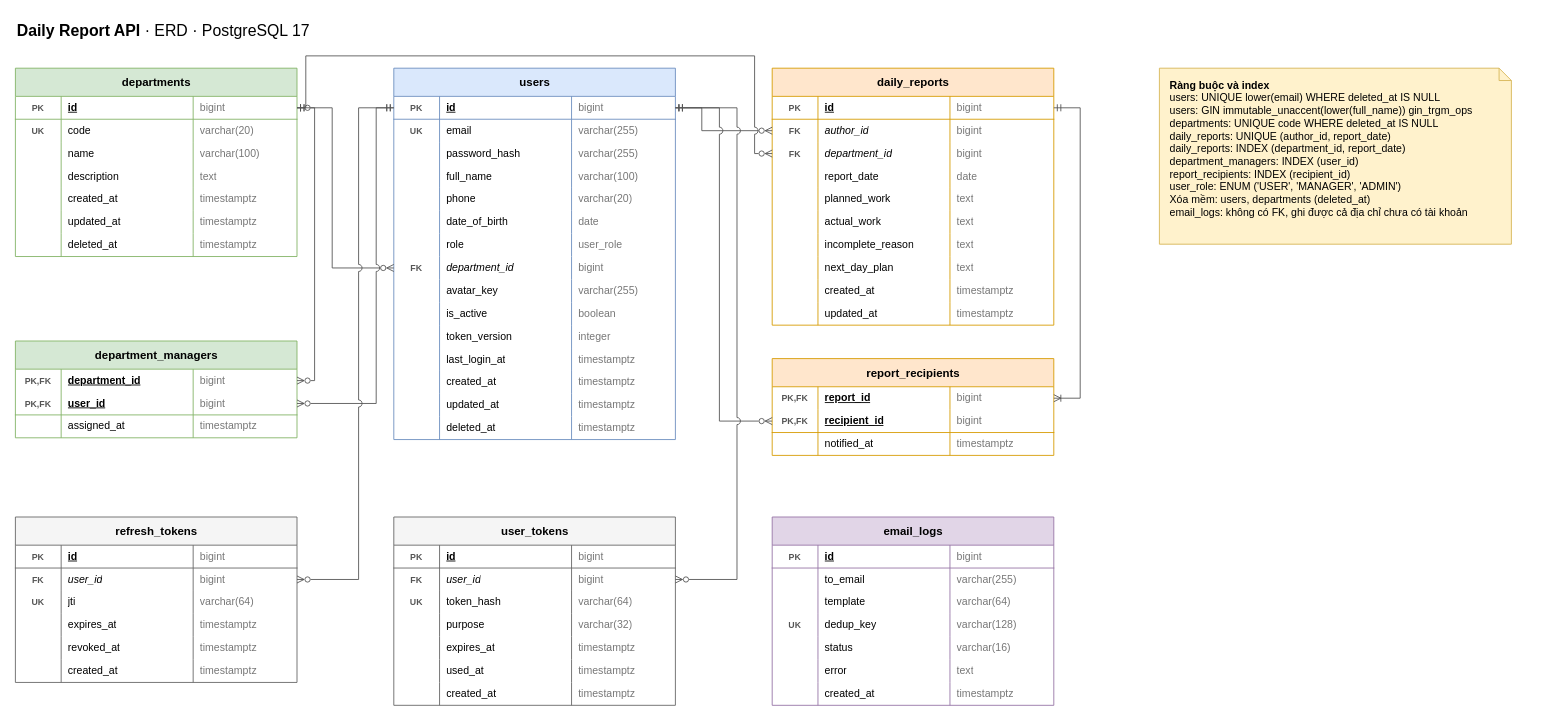
This is docs/database.drawio from awesome-academy/python-engineer26_daily-report-system-thanhld, a draw.io file, before an edit. Source tidied: cells renumbered, new cells numbered last; positions are measured from the earlier drawing's top-left corner, leaving out a move shared by most shapes. Both pictures are drawn from the tidied source at 88%, with x=0, y=0 at pixel (15, 15).
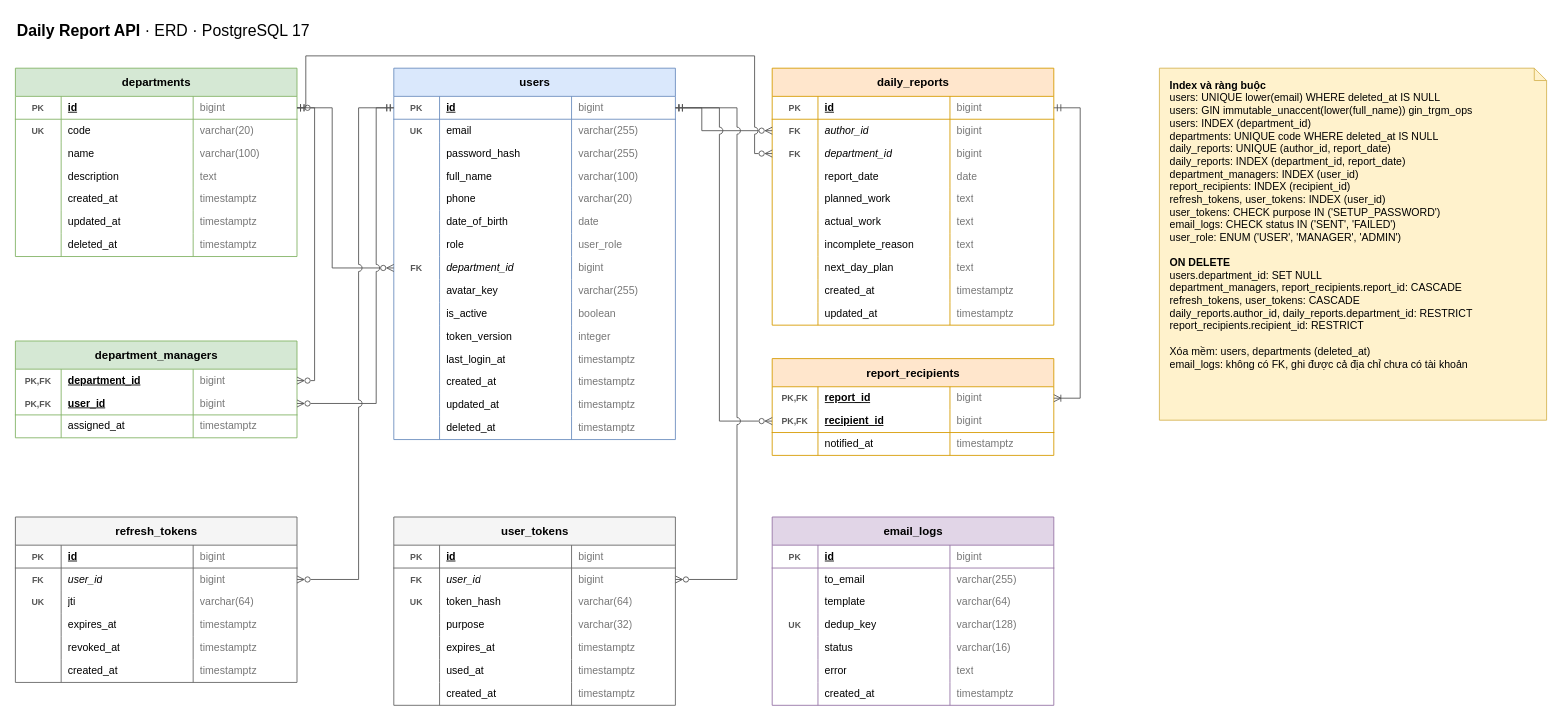
The same diagram, later.

Commit message (it also covers changes not shown here):
docs: bổ sung chính sách khi xóa, index khóa ngoại và quyết định thiết kế

- Ghi rõ ON DELETE cho mọi khóa ngoại (RESTRICT giữ lịch sử báo cáo)
- Index refresh_tokens(user_id), user_tokens(user_id)
- CHECK cho user_tokens.purpose, email_logs.status; bổ sung not null
- Lý do chọn bigint identity, bảng department_managers, users.department_id
- Độ dài cột dùng chung hằng số giữa model và schema
- Cập nhật ghi chú trên ERD cho khớp tài liệu

Refs #3

What changed in the source:
```diff
@@
-    <mxCell id="252" value="&lt;b&gt;Ràng buộc và index&lt;/b&gt;&lt;br&gt;users: UNIQUE lower(email) WHERE deleted_at IS NULL&lt;br&gt;users: GIN immutable_unaccent(lower(full_name)) gin_trgm_ops&lt;br&gt;departments: UNIQUE code WHERE deleted_at IS NULL&lt;br&gt;daily_reports: UNIQUE (author_id, report_date)&lt;br&gt;daily_reports: INDEX (department_id, report_date)&lt;br&gt;department_managers: INDEX (user_id)&lt;br&gt;report_recipients: INDEX (recipient_id)&lt;br&gt;user_role: ENUM ('USER', 'MANAGER', 'ADMIN')&lt;br&gt;Xóa mềm: users, departments (deleted_at)&lt;br&gt;email_logs: không có FK, ghi được cả địa chỉ chưa có tài khoản" style="shape=note;whiteSpace=wrap;html=1;size=14;align=left;verticalAlign=top;spacingLeft=10;spacingTop=6;fillColor=#fff2cc;strokeColor=#d6b656;fontSize=12;" parent="1" vertex="1">
-      <mxGeometry x="1300" y="60" width="400" height="200" as="geometry" />
+    <mxCell id="252" value="&lt;b&gt;Index và ràng buộc&lt;/b&gt;&lt;br&gt;users: UNIQUE lower(email) WHERE deleted_at IS NULL&lt;br&gt;users: GIN immutable_unaccent(lower(full_name)) gin_trgm_ops&lt;br&gt;users: INDEX (department_id)&lt;br&gt;departments: UNIQUE code WHERE deleted_at IS NULL&lt;br&gt;daily_reports: UNIQUE (author_id, report_date)&lt;br&gt;daily_reports: INDEX (department_id, report_date)&lt;br&gt;department_managers: INDEX (user_id)&lt;br&gt;report_recipients: INDEX (recipient_id)&lt;br&gt;refresh_tokens, user_tokens: INDEX (user_id)&lt;br&gt;user_tokens: CHECK purpose IN ('SETUP_PASSWORD')&lt;br&gt;email_logs: CHECK status IN ('SENT', 'FAILED')&lt;br&gt;user_role: ENUM ('USER', 'MANAGER', 'ADMIN')&lt;br&gt;&lt;br&gt;&lt;b&gt;ON DELETE&lt;/b&gt;&lt;br&gt;users.department_id: SET NULL&lt;br&gt;department_managers, report_recipients.report_id: CASCADE&lt;br&gt;refresh_tokens, user_tokens: CASCADE&lt;br&gt;daily_reports.author_id, daily_reports.department_id: RESTRICT&lt;br&gt;report_recipients.recipient_id: RESTRICT&lt;br&gt;&lt;br&gt;Xóa mềm: users, departments (deleted_at)&lt;br&gt;email_logs: không có FK, ghi được cả địa chỉ chưa có tài khoản" style="shape=note;whiteSpace=wrap;html=1;size=14;align=left;verticalAlign=top;spacingLeft=10;spacingTop=6;fillColor=#fff2cc;strokeColor=#d6b656;fontSize=12;" parent="1" vertex="1">
+      <mxGeometry x="1300" y="60" width="440" height="400" as="geometry" />
     </mxCell>
```
